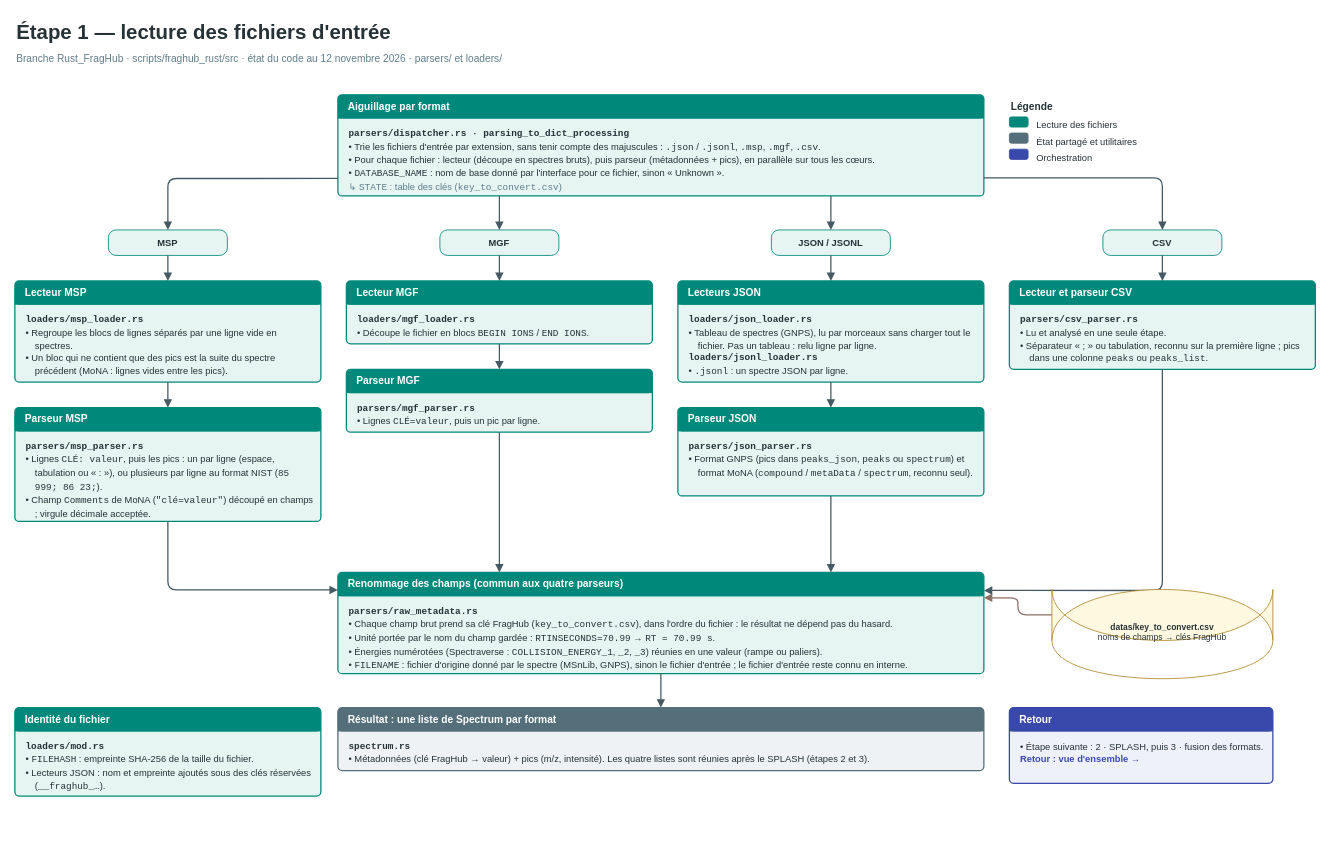
Earlier version of the draw.io diagram page "2 · Lecture des fichiers" (2 of 5) of documentation/Backend_component_diagram.drawio (ADablanc/FragHub). Source tidied: cells renumbered, new cells numbered last; positions are measured from the earlier drawing's top-left corner, leaving out a move shared by most shapes. Both pictures are drawn from the tidied source at 85%, with x=0, y=0 at pixel (14, 14).
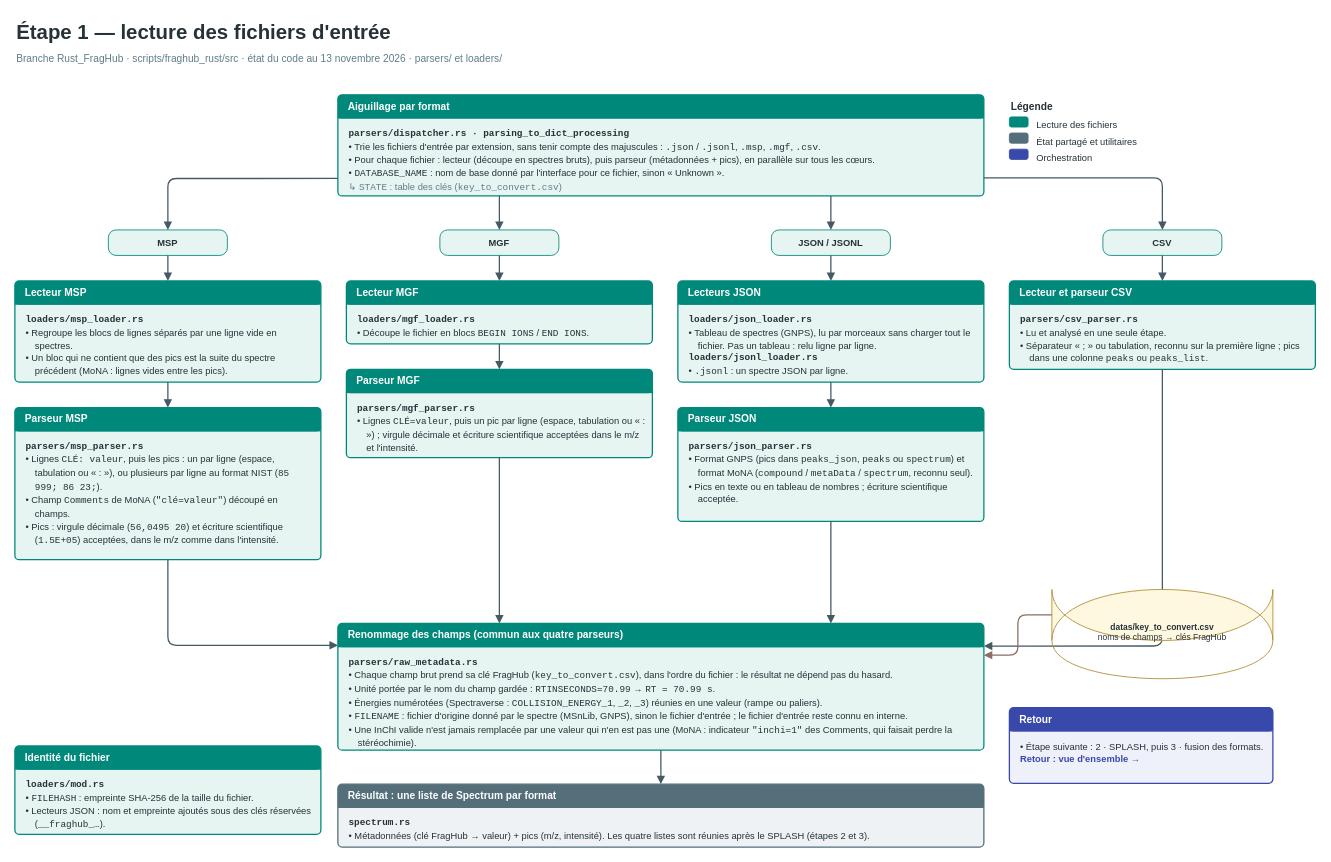
The same page after the edit.

What changed in the source:
```diff
@@
-    <mxCell id="3" value="Branche Rust_FragHub · scripts/fraghub_rust/src · état du code au 12 novembre 2026 · parsers/ et loaders/" style="text;html=1;fillColor=none;strokeColor=none;whiteSpace=wrap;align=left;verticalAlign=top;fontSize=12;fontColor=#607D8B;fontStyle=0;fontFamily=Helvetica;" parent="1" vertex="1">
+    <mxCell id="3" value="Branche Rust_FragHub · scripts/fraghub_rust/src · état du code au 13 novembre 2026 · parsers/ et loaders/" style="text;html=1;fillColor=none;strokeColor=none;whiteSpace=wrap;align=left;verticalAlign=top;fontSize=12;fontColor=#607D8B;fontStyle=0;fontFamily=Helvetica;" parent="1" vertex="1">
       <mxGeometry y="38" width="1200" height="20" as="geometry" />
     </mxCell>
@@
     <mxCell id="14" style="rounded=1;absoluteArcSize=1;arcSize=10;html=1;fillColor=#E6F4F2;strokeColor=#00897B;strokeWidth=1.5;" parent="1" vertex="1">
-      <mxGeometry y="462" width="360" height="134" as="geometry" />
+      <mxGeometry y="462" width="360" height="179" as="geometry" />
     </mxCell>
@@
-    <mxCell id="17" value="&lt;div style=&quot;line-height:15px&quot;&gt;&lt;div style=&quot;font-family:Courier New,monospace;font-weight:bold;color:#263238&quot;&gt;parsers/msp_parser.rs&lt;/div&gt;&lt;div style=&quot;margin-left:11px;text-indent:-11px&quot;&gt;•&amp;nbsp;Lignes &lt;span style=&quot;font-family:Courier New,monospace&quot;&gt;CLÉ: valeur&lt;/span&gt;, puis les pics : un par ligne (espace, tabulation ou « : »), ou plusieurs par ligne au format NIST (&lt;span style=&quot;font-family:Courier New,monospace&quot;&gt;85 999; 86 23;&lt;/span&gt;).&lt;/div&gt;&lt;div style=&quot;margin-left:11px;text-indent:-11px&quot;&gt;•&amp;nbsp;Champ &lt;span style=&quot;font-family:Courier New,monospace&quot;&gt;Comments&lt;/span&gt; de MoNA (&lt;span style=&quot;font-family:Courier New,monospace&quot;&gt;&quot;clé=valeur&quot;&lt;/span&gt;) découpé en champs ; virgule décimale acceptée.&lt;/div&gt;&lt;/div&gt;" style="text;html=1;fillColor=none;strokeColor=none;whiteSpace=wrap;align=left;verticalAlign=top;spacingLeft=11;spacingRight=8;spacingTop=4;fontSize=11;fontColor=#263238;fontFamily=Helvetica;" parent="14" vertex="1">
-      <mxGeometry y="28" width="360" height="106" as="geometry" />
+    <mxCell id="17" value="&lt;div style=&quot;line-height:15px&quot;&gt;&lt;div style=&quot;font-family:Courier New,monospace;font-weight:bold;color:#263238&quot;&gt;parsers/msp_parser.rs&lt;/div&gt;&lt;div style=&quot;margin-left:11px;text-indent:-11px&quot;&gt;•&amp;nbsp;Lignes &lt;span style=&quot;font-family:Courier New,monospace&quot;&gt;CLÉ: valeur&lt;/span&gt;, puis les pics : un par ligne (espace, tabulation ou « : »), ou plusieurs par ligne au format NIST (&lt;span style=&quot;font-family:Courier New,monospace&quot;&gt;85 999; 86 23;&lt;/span&gt;).&lt;/div&gt;&lt;div style=&quot;margin-left:11px;text-indent:-11px&quot;&gt;•&amp;nbsp;Champ &lt;span style=&quot;font-family:Courier New,monospace&quot;&gt;Comments&lt;/span&gt; de MoNA (&lt;span style=&quot;font-family:Courier New,monospace&quot;&gt;&quot;clé=valeur&quot;&lt;/span&gt;) découpé en champs.&lt;/div&gt;&lt;div style=&quot;margin-left:11px;text-indent:-11px&quot;&gt;•&amp;nbsp;Pics : virgule décimale (&lt;span style=&quot;font-family:Courier New,monospace&quot;&gt;56,0495 20&lt;/span&gt;) et écriture scientifique (&lt;span style=&quot;font-family:Courier New,monospace&quot;&gt;1.5E+05&lt;/span&gt;) acceptées, dans le m/z comme dans l'intensité.&lt;/div&gt;&lt;/div&gt;" style="text;html=1;fillColor=none;strokeColor=none;whiteSpace=wrap;align=left;verticalAlign=top;spacingLeft=11;spacingRight=8;spacingTop=4;fontSize=11;fontColor=#263238;fontFamily=Helvetica;" parent="14" vertex="1">
+      <mxGeometry y="28" width="360" height="151" as="geometry" />
     </mxCell>
@@
     <mxCell id="26" style="rounded=1;absoluteArcSize=1;arcSize=10;html=1;fillColor=#E6F4F2;strokeColor=#00897B;strokeWidth=1.5;" parent="1" vertex="1">
-      <mxGeometry x="390" y="417" width="360" height="74" as="geometry" />
+      <mxGeometry x="390" y="417" width="360" height="104" as="geometry" />
     </mxCell>
@@
-    <mxCell id="29" value="&lt;div style=&quot;line-height:15px&quot;&gt;&lt;div style=&quot;font-family:Courier New,monospace;font-weight:bold;color:#263238&quot;&gt;parsers/mgf_parser.rs&lt;/div&gt;&lt;div style=&quot;margin-left:11px;text-indent:-11px&quot;&gt;•&amp;nbsp;Lignes &lt;span style=&quot;font-family:Courier New,monospace&quot;&gt;CLÉ=valeur&lt;/span&gt;, puis un pic par ligne.&lt;/div&gt;&lt;/div&gt;" style="text;html=1;fillColor=none;strokeColor=none;whiteSpace=wrap;align=left;verticalAlign=top;spacingLeft=11;spacingRight=8;spacingTop=4;fontSize=11;fontColor=#263238;fontFamily=Helvetica;" parent="26" vertex="1">
-      <mxGeometry y="28" width="360" height="46" as="geometry" />
+    <mxCell id="29" value="&lt;div style=&quot;line-height:15px&quot;&gt;&lt;div style=&quot;font-family:Courier New,monospace;font-weight:bold;color:#263238&quot;&gt;parsers/mgf_parser.rs&lt;/div&gt;&lt;div style=&quot;margin-left:11px;text-indent:-11px&quot;&gt;•&amp;nbsp;Lignes &lt;span style=&quot;font-family:Courier New,monospace&quot;&gt;CLÉ=valeur&lt;/span&gt;, puis un pic par ligne (espace, tabulation ou « : ») ; virgule décimale et écriture scientifique acceptées dans le m/z et l'intensité.&lt;/div&gt;&lt;/div&gt;" style="text;html=1;fillColor=none;strokeColor=none;whiteSpace=wrap;align=left;verticalAlign=top;spacingLeft=11;spacingRight=8;spacingTop=4;fontSize=11;fontColor=#263238;fontFamily=Helvetica;" parent="26" vertex="1">
+      <mxGeometry y="28" width="360" height="76" as="geometry" />
     </mxCell>
@@
     <mxCell id="38" style="rounded=1;absoluteArcSize=1;arcSize=10;html=1;fillColor=#E6F4F2;strokeColor=#00897B;strokeWidth=1.5;" parent="1" vertex="1">
-      <mxGeometry x="780" y="462" width="360" height="104" as="geometry" />
+      <mxGeometry x="780" y="462" width="360" height="134" as="geometry" />
     </mxCell>
@@
-    <mxCell id="41" value="&lt;div style=&quot;line-height:15px&quot;&gt;&lt;div style=&quot;font-family:Courier New,monospace;font-weight:bold;color:#263238&quot;&gt;parsers/json_parser.rs&lt;/div&gt;&lt;div style=&quot;margin-left:11px;text-indent:-11px&quot;&gt;•&amp;nbsp;Format GNPS (pics dans &lt;span style=&quot;font-family:Courier New,monospace&quot;&gt;peaks_json&lt;/span&gt;, &lt;span style=&quot;font-family:Courier New,monospace&quot;&gt;peaks&lt;/span&gt; ou &lt;span style=&quot;font-family:Courier New,monospace&quot;&gt;spectrum&lt;/span&gt;) et format MoNA (&lt;span style=&quot;font-family:Courier New,monospace&quot;&gt;compound&lt;/span&gt; / &lt;span style=&quot;font-family:Courier New,monospace&quot;&gt;metaData&lt;/span&gt; / &lt;span style=&quot;font-family:Courier New,monospace&quot;&gt;spectrum&lt;/span&gt;, reconnu seul).&lt;/div&gt;&lt;/div&gt;" style="text;html=1;fillColor=none;strokeColor=none;whiteSpace=wrap;align=left;verticalAlign=top;spacingLeft=11;spacingRight=8;spacingTop=4;fontSize=11;fontColor=#263238;fontFamily=Helvetica;" parent="38" vertex="1">
-      <mxGeometry y="28" width="360" height="76" as="geometry" />
+    <mxCell id="41" value="&lt;div style=&quot;line-height:15px&quot;&gt;&lt;div style=&quot;font-family:Courier New,monospace;font-weight:bold;color:#263238&quot;&gt;parsers/json_parser.rs&lt;/div&gt;&lt;div style=&quot;margin-left:11px;text-indent:-11px&quot;&gt;•&amp;nbsp;Format GNPS (pics dans &lt;span style=&quot;font-family:Courier New,monospace&quot;&gt;peaks_json&lt;/span&gt;, &lt;span style=&quot;font-family:Courier New,monospace&quot;&gt;peaks&lt;/span&gt; ou &lt;span style=&quot;font-family:Courier New,monospace&quot;&gt;spectrum&lt;/span&gt;) et format MoNA (&lt;span style=&quot;font-family:Courier New,monospace&quot;&gt;compound&lt;/span&gt; / &lt;span style=&quot;font-family:Courier New,monospace&quot;&gt;metaData&lt;/span&gt; / &lt;span style=&quot;font-family:Courier New,monospace&quot;&gt;spectrum&lt;/span&gt;, reconnu seul).&lt;/div&gt;&lt;div style=&quot;margin-left:11px;text-indent:-11px&quot;&gt;•&amp;nbsp;Pics en texte ou en tableau de nombres ; écriture scientifique acceptée.&lt;/div&gt;&lt;/div&gt;" style="text;html=1;fillColor=none;strokeColor=none;whiteSpace=wrap;align=left;verticalAlign=top;spacingLeft=11;spacingRight=8;spacingTop=4;fontSize=11;fontColor=#263238;fontFamily=Helvetica;" parent="38" vertex="1">
+      <mxGeometry y="28" width="360" height="106" as="geometry" />
     </mxCell>
@@
     <mxCell id="51" style="rounded=1;absoluteArcSize=1;arcSize=10;html=1;fillColor=#E6F4F2;strokeColor=#00897B;strokeWidth=1.5;" parent="1" vertex="1">
-      <mxGeometry x="380" y="656" width="760" height="119" as="geometry" />
+      <mxGeometry x="380" y="716" width="760" height="149" as="geometry" />
     </mxCell>
@@
-    <mxCell id="54" value="&lt;div style=&quot;line-height:15px&quot;&gt;&lt;div style=&quot;font-family:Courier New,monospace;font-weight:bold;color:#263238&quot;&gt;parsers/raw_metadata.rs&lt;/div&gt;&lt;div style=&quot;margin-left:11px;text-indent:-11px&quot;&gt;•&amp;nbsp;Chaque champ brut prend sa clé FragHub (&lt;span style=&quot;font-family:Courier New,monospace&quot;&gt;key_to_convert.csv&lt;/span&gt;), dans l'ordre du fichier : le résultat ne dépend pas du hasard.&lt;/div&gt;&lt;div style=&quot;margin-left:11px;text-indent:-11px&quot;&gt;•&amp;nbsp;Unité portée par le nom du champ gardée : &lt;span style=&quot;font-family:Courier New,monospace&quot;&gt;RTINSECONDS=70.99&lt;/span&gt; → &lt;span style=&quot;font-family:Courier New,monospace&quot;&gt;RT = 70.99 s&lt;/span&gt;.&lt;/div&gt;&lt;div style=&quot;margin-left:11px;text-indent:-11px&quot;&gt;•&amp;nbsp;Énergies numérotées (Spectraverse : &lt;span style=&quot;font-family:Courier New,monospace&quot;&gt;COLLISION_ENERGY_1&lt;/span&gt;, &lt;span style=&quot;font-family:Courier New,monospace&quot;&gt;_2&lt;/span&gt;, &lt;span style=&quot;font-family:Courier New,monospace&quot;&gt;_3&lt;/span&gt;) réunies en une valeur (rampe ou paliers).&lt;/div&gt;&lt;div style=&quot;margin-left:11px;text-indent:-11px&quot;&gt;•&amp;nbsp;&lt;span style=&quot;font-family:Courier New,monospace&quot;&gt;FILENAME&lt;/span&gt; : fichier d'origine donné par le spectre (MSnLib, GNPS), sinon le fichier d'entrée ; le fichier d'entrée reste connu en interne.&lt;/div&gt;&lt;/div&gt;" style="text;html=1;fillColor=none;strokeColor=none;whiteSpace=wrap;align=left;verticalAlign=top;spacingLeft=11;spacingRight=8;spacingTop=4;fontSize=11;fontColor=#263238;fontFamily=Helvetica;" parent="51" vertex="1">
-      <mxGeometry y="28" width="760" height="91" as="geometry" />
+    <mxCell id="54" value="&lt;div style=&quot;line-height:15px&quot;&gt;&lt;div style=&quot;font-family:Courier New,monospace;font-weight:bold;color:#263238&quot;&gt;parsers/raw_metadata.rs&lt;/div&gt;&lt;div style=&quot;margin-left:11px;text-indent:-11px&quot;&gt;•&amp;nbsp;Chaque champ brut prend sa clé FragHub (&lt;span style=&quot;font-family:Courier New,monospace&quot;&gt;key_to_convert.csv&lt;/span&gt;), dans l'ordre du fichier : le résultat ne dépend pas du hasard.&lt;/div&gt;&lt;div style=&quot;margin-left:11px;text-indent:-11px&quot;&gt;•&amp;nbsp;Unité portée par le nom du champ gardée : &lt;span style=&quot;font-family:Courier New,monospace&quot;&gt;RTINSECONDS=70.99&lt;/span&gt; → &lt;span style=&quot;font-family:Courier New,monospace&quot;&gt;RT = 70.99 s&lt;/span&gt;.&lt;/div&gt;&lt;div style=&quot;margin-left:11px;text-indent:-11px&quot;&gt;•&amp;nbsp;Énergies numérotées (Spectraverse : &lt;span style=&quot;font-family:Courier New,monospace&quot;&gt;COLLISION_ENERGY_1&lt;/span&gt;, &lt;span style=&quot;font-family:Courier New,monospace&quot;&gt;_2&lt;/span&gt;, &lt;span style=&quot;font-family:Courier New,monospace&quot;&gt;_3&lt;/span&gt;) réunies en une valeur (rampe ou paliers).&lt;/div&gt;&lt;div style=&quot;margin-left:11px;text-indent:-11px&quot;&gt;•&amp;nbsp;&lt;span style=&quot;font-family:Courier New,monospace&quot;&gt;FILENAME&lt;/span&gt; : fichier d'origine donné par le spectre (MSnLib, GNPS), sinon le fichier d'entrée ; le fichier d'entrée reste connu en interne.&lt;/div&gt;&lt;div style=&quot;margin-left:11px;text-indent:-11px&quot;&gt;•&amp;nbsp;Une InChI valide n'est jamais remplacée par une valeur qui n'en est pas une (MoNA : indicateur &lt;span style=&quot;font-family:Courier New,monospace&quot;&gt;&quot;inchi=1&quot;&lt;/span&gt; des Comments, qui faisait perdre la stéréochimie).&lt;/div&gt;&lt;/div&gt;" style="text;html=1;fillColor=none;strokeColor=none;whiteSpace=wrap;align=left;verticalAlign=top;spacingLeft=11;spacingRight=8;spacingTop=4;fontSize=11;fontColor=#263238;fontFamily=Helvetica;" parent="51" vertex="1">
+      <mxGeometry y="28" width="760" height="121" as="geometry" />
     </mxCell>
@@
     <mxCell id="61" style="rounded=1;absoluteArcSize=1;arcSize=10;html=1;fillColor=#E6F4F2;strokeColor=#00897B;strokeWidth=1.5;" parent="1" vertex="1">
-      <mxGeometry y="815" width="360" height="104" as="geometry" />
+      <mxGeometry y="860" width="360" height="104" as="geometry" />
     </mxCell>
@@
     <mxCell id="65" style="rounded=1;absoluteArcSize=1;arcSize=10;html=1;fillColor=#EEF2F4;strokeColor=#546E7A;strokeWidth=1.5;" parent="1" vertex="1">
-      <mxGeometry x="380" y="815" width="760" height="74" as="geometry" />
+      <mxGeometry x="380" y="905" width="760" height="74" as="geometry" />
     </mxCell>
```
